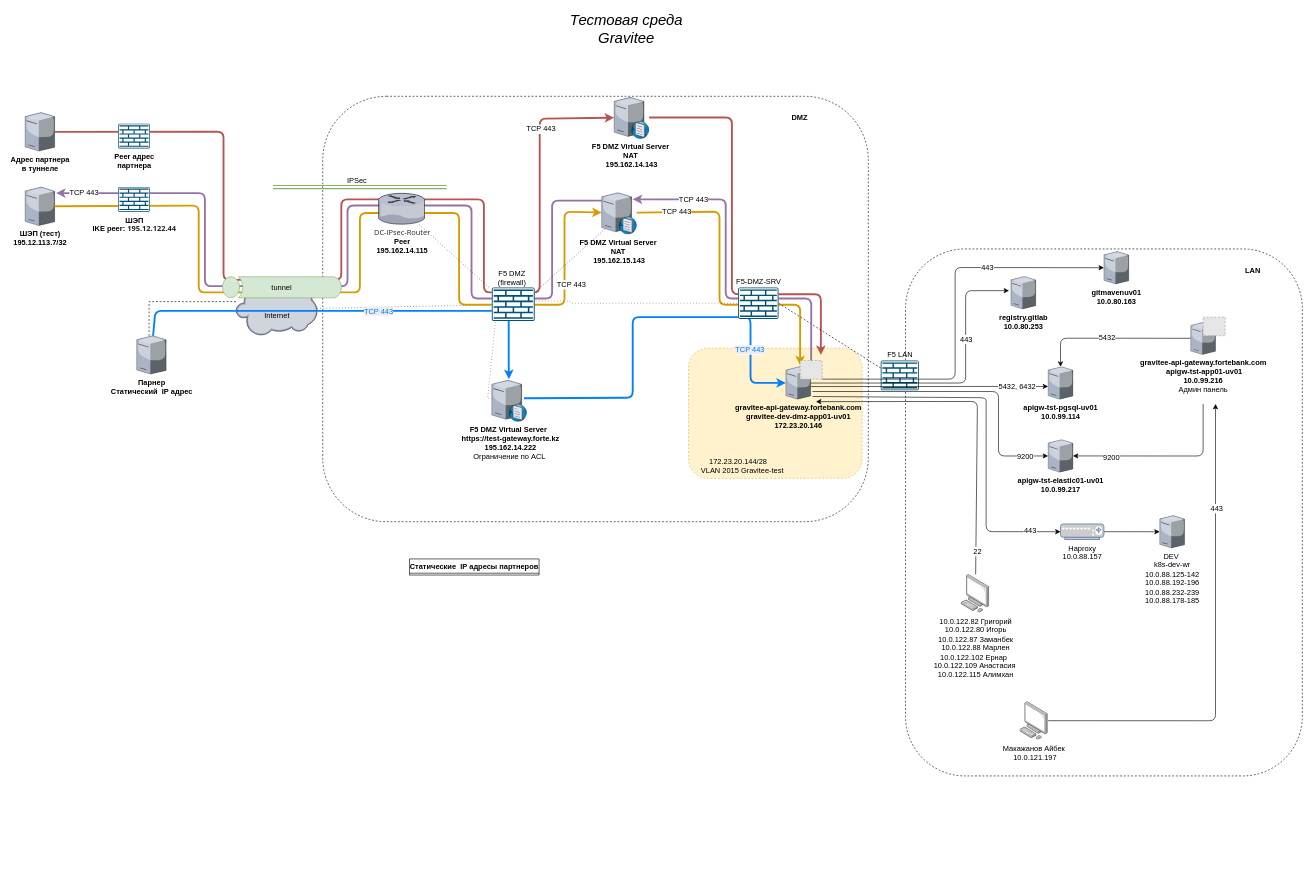
Above: modeller/OpenAPI(IB).drawio in berzezek/technical-support (draw.io), before the change. Source tidied: cells renumbered, new cells numbered last; positions are measured from the earlier drawing's top-left corner, leaving out a move shared by most shapes. Both pictures are drawn from the tidied source at 62%, with x=0, y=0 at pixel (25, 13). Pictures stored in the file or linked from it are replaced by grey dashed boxes.
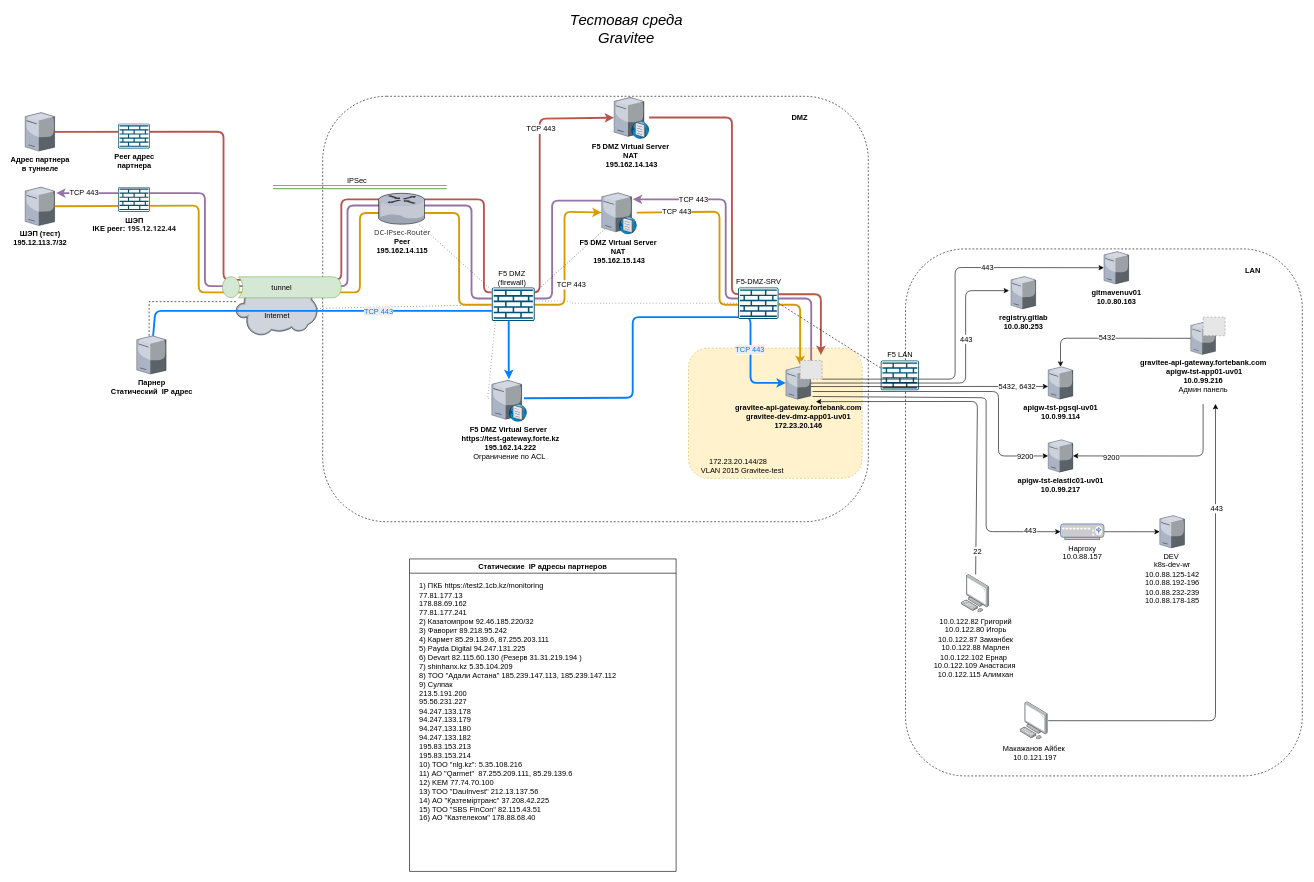
The same diagram, later.

The edit, as a diff of the source:
```diff
@@
-    <mxCell id="49" value="&lt;font&gt;&lt;span style=&quot;color: light-dark(rgb(0, 0, 0), rgb(255, 255, 255)); text-wrap-mode: nowrap; background-color: transparent; font-family: Calibri, sans-serif;&quot; lang=&quot;KZ&quot;&gt;Статические &amp;nbsp;&lt;/span&gt;&lt;span style=&quot;color: light-dark(rgb(0, 0, 0), rgb(255, 255, 255)); text-wrap-mode: nowrap; background-color: transparent; font-family: Calibri, sans-serif;&quot; lang=&quot;EN-US&quot;&gt;IP&amp;nbsp;&lt;/span&gt;&lt;span style=&quot;color: light-dark(rgb(0, 0, 0), rgb(255, 255, 255)); text-wrap-mode: nowrap; background-color: transparent; font-family: Calibri, sans-serif;&quot; lang=&quot;KZ&quot;&gt;адресы партнеров&lt;/span&gt;&lt;/font&gt;" style="swimlane;whiteSpace=wrap;html=1;fontSize=12;" parent="1" vertex="1" collapsed="1">
-      <mxGeometry x="620" y="880" width="209" height="26" as="geometry" />
+    <mxCell id="49" value="&lt;font&gt;&lt;span style=&quot;color: light-dark(rgb(0, 0, 0), rgb(255, 255, 255)); text-wrap-mode: nowrap; background-color: transparent; font-family: Calibri, sans-serif;&quot; lang=&quot;KZ&quot;&gt;Статические &amp;nbsp;&lt;/span&gt;&lt;span style=&quot;color: light-dark(rgb(0, 0, 0), rgb(255, 255, 255)); text-wrap-mode: nowrap; background-color: transparent; font-family: Calibri, sans-serif;&quot; lang=&quot;EN-US&quot;&gt;IP&amp;nbsp;&lt;/span&gt;&lt;span style=&quot;color: light-dark(rgb(0, 0, 0), rgb(255, 255, 255)); text-wrap-mode: nowrap; background-color: transparent; font-family: Calibri, sans-serif;&quot; lang=&quot;KZ&quot;&gt;адресы партнеров&lt;/span&gt;&lt;/font&gt;" style="swimlane;whiteSpace=wrap;html=1;fontSize=12;" parent="1" vertex="1">
+      <mxGeometry x="620" y="880" width="430" height="504" as="geometry" />
     </mxCell>
+    <mxCell id="84" value="&lt;div&gt;&lt;font&gt;1) ПКБ https://test2.1cb.kz/monitoring&amp;nbsp;&lt;/font&gt;&lt;/div&gt;&lt;div&gt;&lt;font&gt;77.81.177.13&lt;/font&gt;&lt;/div&gt;&lt;div&gt;&lt;font&gt;178.88.69.162&lt;/font&gt;&lt;/div&gt;&lt;div&gt;&lt;font&gt;77.81.177.241&lt;/font&gt;&lt;/div&gt;&lt;div&gt;&lt;font&gt;2) Казатомпром 92.46.185.220/32&lt;/font&gt;&lt;/div&gt;&lt;div&gt;&lt;font&gt;3) Фаворит 89.218.95.242&lt;/font&gt;&lt;/div&gt;&lt;div&gt;&lt;font&gt;4) Кармет 85.29.139.6, 87.255.203.111&lt;/font&gt;&lt;/div&gt;&lt;div&gt;&lt;font&gt;5) Payda Digital 94.247.131.225&lt;/font&gt;&lt;/div&gt;&lt;div&gt;&lt;font&gt;6) Devart 82.115.60.130 (Резерв 31.31.219.194 )&lt;/font&gt;&lt;/div&gt;&lt;div&gt;&lt;font&gt;7) shinhanx.kz 5.35.104.209&lt;/font&gt;&lt;/div&gt;&lt;div&gt;&lt;font&gt;8) ТОО &quot;Адали Астана&quot; 185.239.147.113, 185.239.147.112&lt;/font&gt;&lt;/div&gt;&lt;div&gt;&lt;font&gt;9) Сулпак&amp;nbsp;&lt;/font&gt;&lt;/div&gt;&lt;div&gt;&lt;font&gt;213.5.191.200&lt;/font&gt;&lt;/div&gt;&lt;div&gt;&lt;font&gt;95.56.231.227&lt;/font&gt;&lt;/div&gt;&lt;div&gt;&lt;font&gt;94.247.133.178&lt;/font&gt;&lt;/div&gt;&lt;div&gt;&lt;font&gt;94.247.133.179&lt;/font&gt;&lt;/div&gt;&lt;div&gt;&lt;font&gt;94.247.133.180&lt;/font&gt;&lt;/div&gt;&lt;div&gt;&lt;font&gt;94.247.133.182&lt;/font&gt;&lt;/div&gt;&lt;div&gt;&lt;font&gt;195.83.153.213&lt;/font&gt;&lt;/div&gt;&lt;div&gt;&lt;font&gt;195.83.153.214&lt;/font&gt;&lt;/div&gt;&lt;div&gt;&lt;div&gt;&lt;font&gt;10) ТОО &quot;nlg.kz&quot;:&amp;nbsp;&lt;/font&gt;&lt;span style=&quot;background-color: transparent; color: light-dark(rgb(0, 0, 0), rgb(255, 255, 255));&quot;&gt;5.35.108.216&lt;/span&gt;&lt;/div&gt;&lt;/div&gt;&lt;div&gt;&lt;font&gt;11)&amp;nbsp;&lt;span style=&quot;font-family: Aptos, sans-serif; background-color: transparent; color: light-dark(rgb(0, 0, 0), rgb(255, 255, 255));&quot;&gt;АО &quot;Qarmet&quot;&lt;/span&gt;&lt;span style=&quot;font-family: Aptos, sans-serif; background-color: transparent; color: light-dark(rgb(0, 0, 0), rgb(255, 255, 255));&quot;&gt;&amp;nbsp;&amp;nbsp;&lt;/span&gt;&lt;/font&gt;&lt;span style=&quot;background-color: transparent; color: light-dark(rgb(0, 0, 0), rgb(255, 255, 255));&quot;&gt;87.255.209.111,&amp;nbsp;&lt;/span&gt;&lt;span style=&quot;background-color: transparent; color: light-dark(rgb(0, 0, 0), rgb(255, 255, 255));&quot;&gt;85.29.139.6&lt;/span&gt;&lt;/div&gt;&lt;div&gt;&lt;span style=&quot;background-color: transparent; color: light-dark(rgb(0, 0, 0), rgb(255, 255, 255));&quot;&gt;12) KEM&amp;nbsp;&lt;/span&gt;&lt;span style=&quot;background-color: transparent; color: light-dark(rgb(0, 0, 0), rgb(255, 255, 255));&quot;&gt;&lt;font&gt;77.74.70.100&lt;/font&gt;&lt;/span&gt;&lt;/div&gt;&lt;div&gt;&lt;span lang=&quot;RU&quot;&gt;&lt;span style=&quot;background-color: transparent; color: light-dark(rgb(0, 0, 0), rgb(255, 255, 255));&quot; lang=&quot;EN-US&quot;&gt;13) TOO&lt;/span&gt;&lt;span style=&quot;background-color: transparent; color: light-dark(rgb(0, 0, 0), rgb(255, 255, 255));&quot; lang=&quot;RU&quot;&gt; &quot;&lt;/span&gt;&lt;span style=&quot;background-color: transparent; color: light-dark(rgb(0, 0, 0), rgb(255, 255, 255));&quot; lang=&quot;EN-US&quot;&gt;DauInvest&lt;/span&gt;&lt;span style=&quot;background-color: transparent; color: light-dark(rgb(0, 0, 0), rgb(255, 255, 255));&quot; lang=&quot;RU&quot;&gt;&quot;&amp;nbsp;&lt;/span&gt;212.13.137.56&lt;/span&gt;&lt;span style=&quot;background-color: transparent; color: light-dark(rgb(0, 0, 0), rgb(255, 255, 255));&quot;&gt;&lt;font&gt;&lt;/font&gt;&lt;/span&gt;&lt;/div&gt;&lt;div&gt;&lt;span lang=&quot;RU&quot;&gt;14)&amp;nbsp;АО &quot;Қазтеміртранс&quot; 37.208.42.225&lt;/span&gt;&lt;/div&gt;&lt;div&gt;&lt;span lang=&quot;RU&quot;&gt;15) ТОО &quot;SBS FinCon&quot;&amp;nbsp;82.115.43.51&lt;/span&gt;&lt;/div&gt;&lt;div&gt;&lt;span lang=&quot;RU&quot;&gt;16) АО &quot;Казтелеком&quot;&amp;nbsp;178.88.68.40&lt;/span&gt;&lt;/div&gt;" style="text;html=1;align=left;verticalAlign=middle;strokeColor=none;fillColor=none;fontSize=12;" parent="49" vertex="1">
+      <mxGeometry x="13.6" y="30" width="336" height="401" as="geometry" />
+    </mxCell>
```
